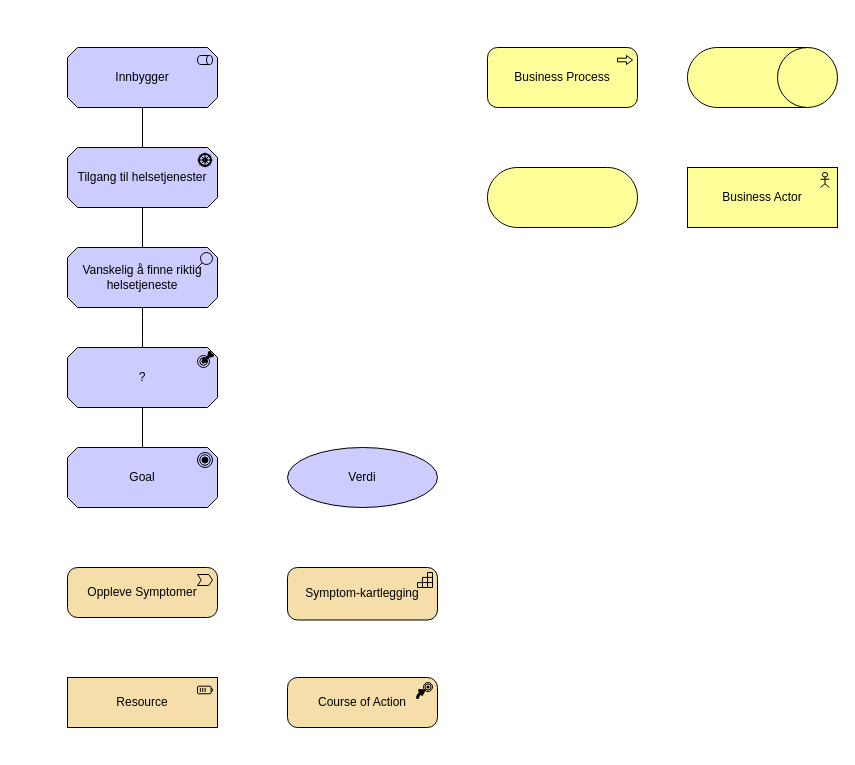
Above: docs/why/arkitektur-motivasjon.drawio in hdir/Digital-Forstelinje (draw.io), before the change. Source tidied: cells renumbered, new cells numbered last; positions are measured from the earlier drawing's top-left corner, leaving out a move shared by most shapes. Both pictures are drawn from the tidied source at 100%, with x=0, y=0 at pixel (67, 47).
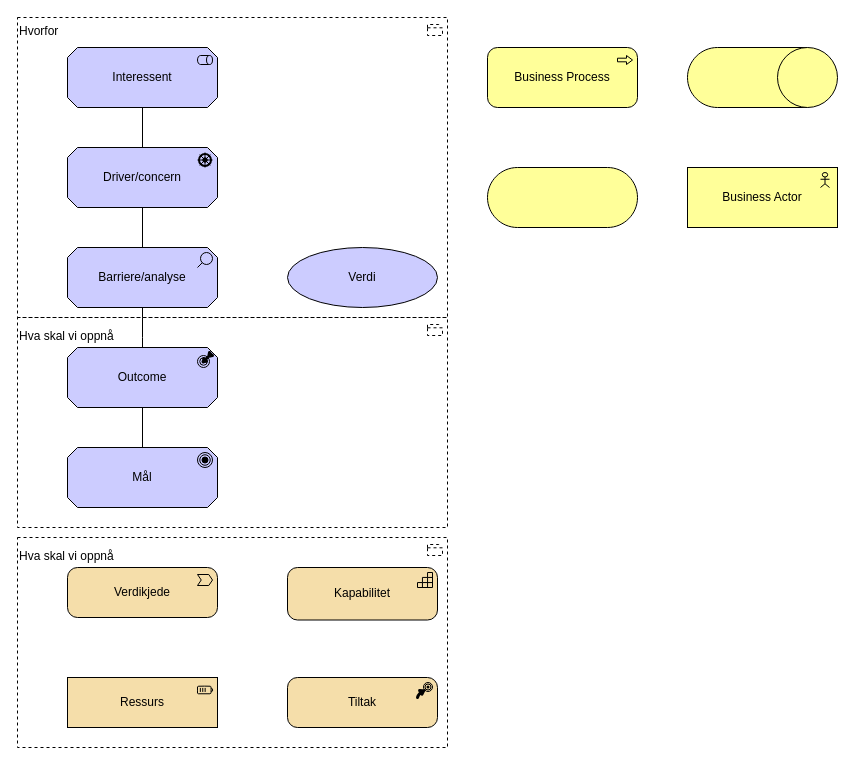
The same page after the edit.

Diff of the diagram source:
```diff
@@
+    <mxCell id="20" value="Hva skal vi oppnå&lt;div&gt;&lt;font color=&quot;#000000&quot;&gt;&lt;br&gt;&lt;/font&gt;&lt;/div&gt;&lt;div&gt;&lt;font color=&quot;#000000&quot;&gt;&lt;br&gt;&lt;/font&gt;&lt;/div&gt;&lt;div&gt;&lt;font color=&quot;#000000&quot;&gt;&lt;br&gt;&lt;/font&gt;&lt;/div&gt;&lt;div&gt;&lt;font color=&quot;#000000&quot;&gt;&lt;br&gt;&lt;/font&gt;&lt;/div&gt;&lt;div&gt;&lt;font color=&quot;#000000&quot;&gt;&lt;br&gt;&lt;/font&gt;&lt;/div&gt;&lt;div&gt;&lt;font color=&quot;#000000&quot;&gt;&lt;br&gt;&lt;/font&gt;&lt;/div&gt;&lt;div&gt;&lt;font color=&quot;#000000&quot;&gt;&lt;br&gt;&lt;/font&gt;&lt;/div&gt;&lt;div&gt;&lt;font color=&quot;#000000&quot;&gt;&lt;br&gt;&lt;/font&gt;&lt;/div&gt;&lt;div&gt;&lt;font color=&quot;#000000&quot;&gt;&lt;br&gt;&lt;/font&gt;&lt;div&gt;&lt;br&gt;&lt;/div&gt;&lt;div&gt;&lt;br&gt;&lt;/div&gt;&lt;div&gt;&lt;br&gt;&lt;/div&gt;&lt;/div&gt;" style="html=1;whiteSpace=wrap;shape=mxgraph.archimate3.application;appType=grouping;archiType=square;dashed=1;fillColor=none;align=left;" parent="1" vertex="1">
+      <mxGeometry x="-50" y="270" width="430" height="210" as="geometry" />
+    </mxCell>
-    <mxCell id="2" value="Tilgang til helsetjenester" style="html=1;outlineConnect=0;whiteSpace=wrap;fillColor=#CCCCFF;shape=mxgraph.archimate3.application;appType=driver;archiType=oct;" parent="1" vertex="1">
+    <mxCell id="2" value="Driver/concern" style="html=1;outlineConnect=0;whiteSpace=wrap;fillColor=#CCCCFF;shape=mxgraph.archimate3.application;appType=driver;archiType=oct;" parent="1" vertex="1">
       <mxGeometry y="100" width="150" height="60" as="geometry" />
     </mxCell>
-    <mxCell id="3" value="Innbygger" style="html=1;outlineConnect=0;whiteSpace=wrap;fillColor=#CCCCFF;shape=mxgraph.archimate3.application;appType=role;archiType=oct;" parent="1" vertex="1">
+    <mxCell id="3" value="Interessent" style="html=1;outlineConnect=0;whiteSpace=wrap;fillColor=#CCCCFF;shape=mxgraph.archimate3.application;appType=role;archiType=oct;" parent="1" vertex="1">
       <mxGeometry width="150" height="60" as="geometry" />
     </mxCell>
-    <mxCell id="4" value="Vanskelig å finne riktig helsetjeneste" style="html=1;outlineConnect=0;whiteSpace=wrap;fillColor=#CCCCFF;shape=mxgraph.archimate3.application;appType=assess;archiType=oct;" parent="1" vertex="1">
+    <mxCell id="4" value="Barriere/analyse" style="html=1;outlineConnect=0;whiteSpace=wrap;fillColor=#CCCCFF;shape=mxgraph.archimate3.application;appType=assess;archiType=oct;" parent="1" vertex="1">
       <mxGeometry y="200" width="150" height="60" as="geometry" />
     </mxCell>
-    <mxCell id="5" value="?" style="html=1;outlineConnect=0;whiteSpace=wrap;fillColor=#CCCCFF;shape=mxgraph.archimate3.application;appType=outcome;archiType=oct;" parent="1" vertex="1">
+    <mxCell id="5" value="Outcome" style="html=1;outlineConnect=0;whiteSpace=wrap;fillColor=#CCCCFF;shape=mxgraph.archimate3.application;appType=outcome;archiType=oct;" parent="1" vertex="1">
       <mxGeometry y="300" width="150" height="60" as="geometry" />
     </mxCell>
@@
-    <mxCell id="9" value="Goal" style="html=1;outlineConnect=0;whiteSpace=wrap;fillColor=#CCCCFF;shape=mxgraph.archimate3.application;appType=goal;archiType=oct;" parent="1" vertex="1">
+    <mxCell id="9" value="Mål" style="html=1;outlineConnect=0;whiteSpace=wrap;fillColor=#CCCCFF;shape=mxgraph.archimate3.application;appType=goal;archiType=oct;" parent="1" vertex="1">
       <mxGeometry y="400" width="150" height="60" as="geometry" />
     </mxCell>
@@
     <mxCell id="11" value="Verdi" style="shape=ellipse;html=1;whiteSpace=wrap;fillColor=#CCCCFF;" parent="1" vertex="1">
-      <mxGeometry x="220" y="400" width="150" height="60" as="geometry" />
+      <mxGeometry x="220" y="200" width="150" height="60" as="geometry" />
     </mxCell>
-    <mxCell id="12" value="Oppleve Symptomer" style="html=1;whiteSpace=wrap;fillColor=#F5DEAA;shape=mxgraph.archimate3.application;appType=valueStream;archiType=rounded;" parent="1" vertex="1">
+    <mxCell id="12" value="Verdikjede" style="html=1;whiteSpace=wrap;fillColor=#F5DEAA;shape=mxgraph.archimate3.application;appType=valueStream;archiType=rounded;" parent="1" vertex="1">
       <mxGeometry y="520" width="150" height="50" as="geometry" />
     </mxCell>
-    <mxCell id="13" value="Symptom-kartlegging" style="html=1;whiteSpace=wrap;fillColor=#F5DEAA;shape=mxgraph.archimate3.application;appType=capability;archiType=rounded;" parent="1" vertex="1">
+    <mxCell id="13" value="Kapabilitet" style="html=1;whiteSpace=wrap;fillColor=#F5DEAA;shape=mxgraph.archimate3.application;appType=capability;archiType=rounded;" parent="1" vertex="1">
       <mxGeometry x="220" y="520" width="150" height="52.5" as="geometry" />
     </mxCell>
-    <mxCell id="14" value="Course of Action" style="html=1;whiteSpace=wrap;fillColor=#F5DEAA;shape=mxgraph.archimate3.application;appType=course;archiType=rounded;" parent="1" vertex="1">
+    <mxCell id="14" value="Tiltak" style="html=1;whiteSpace=wrap;fillColor=#F5DEAA;shape=mxgraph.archimate3.application;appType=course;archiType=rounded;" parent="1" vertex="1">
       <mxGeometry x="220" y="630" width="150" height="50" as="geometry" />
     </mxCell>
-    <mxCell id="15" value="Resource" style="html=1;whiteSpace=wrap;fillColor=#F5DEAA;shape=mxgraph.archimate3.application;appType=resource;archiType=square;" parent="1" vertex="1">
+    <mxCell id="15" value="Ressurs" style="html=1;whiteSpace=wrap;fillColor=#F5DEAA;shape=mxgraph.archimate3.application;appType=resource;archiType=square;" parent="1" vertex="1">
       <mxGeometry y="630" width="150" height="50" as="geometry" />
     </mxCell>
@@
+    <mxCell id="21" value="Hvorfor&lt;div&gt;&lt;br&gt;&lt;/div&gt;&lt;div&gt;&lt;br&gt;&lt;/div&gt;&lt;div&gt;&lt;br&gt;&lt;/div&gt;&lt;div&gt;&lt;br&gt;&lt;/div&gt;&lt;div&gt;&lt;br&gt;&lt;/div&gt;&lt;div&gt;&lt;br&gt;&lt;/div&gt;&lt;div&gt;&lt;br&gt;&lt;/div&gt;&lt;div&gt;&lt;br&gt;&lt;/div&gt;&lt;div&gt;&lt;br&gt;&lt;/div&gt;&lt;div&gt;&lt;br&gt;&lt;/div&gt;&lt;div&gt;&lt;br&gt;&lt;/div&gt;&lt;div&gt;&lt;br&gt;&lt;/div&gt;&lt;div&gt;&lt;br&gt;&lt;/div&gt;&lt;div&gt;&lt;br&gt;&lt;/div&gt;&lt;div&gt;&lt;br&gt;&lt;/div&gt;&lt;div&gt;&lt;br&gt;&lt;/div&gt;&lt;div&gt;&lt;br&gt;&lt;/div&gt;&lt;div&gt;&lt;br&gt;&lt;/div&gt;&lt;div&gt;&lt;br&gt;&lt;/div&gt;" style="html=1;whiteSpace=wrap;shape=mxgraph.archimate3.application;appType=grouping;archiType=square;dashed=1;fillColor=none;align=left;" parent="1" vertex="1">
+      <mxGeometry x="-50" y="-30" width="430" height="300" as="geometry" />
+    </mxCell>
+    <mxCell id="22" value="Hva skal vi oppnå&lt;div&gt;&lt;font color=&quot;#000000&quot;&gt;&lt;br&gt;&lt;/font&gt;&lt;/div&gt;&lt;div&gt;&lt;font color=&quot;#000000&quot;&gt;&lt;br&gt;&lt;/font&gt;&lt;/div&gt;&lt;div&gt;&lt;font color=&quot;#000000&quot;&gt;&lt;br&gt;&lt;/font&gt;&lt;/div&gt;&lt;div&gt;&lt;font color=&quot;#000000&quot;&gt;&lt;br&gt;&lt;/font&gt;&lt;/div&gt;&lt;div&gt;&lt;font color=&quot;#000000&quot;&gt;&lt;br&gt;&lt;/font&gt;&lt;/div&gt;&lt;div&gt;&lt;font color=&quot;#000000&quot;&gt;&lt;br&gt;&lt;/font&gt;&lt;/div&gt;&lt;div&gt;&lt;font color=&quot;#000000&quot;&gt;&lt;br&gt;&lt;/font&gt;&lt;/div&gt;&lt;div&gt;&lt;font color=&quot;#000000&quot;&gt;&lt;br&gt;&lt;/font&gt;&lt;/div&gt;&lt;div&gt;&lt;font color=&quot;#000000&quot;&gt;&lt;br&gt;&lt;/font&gt;&lt;div&gt;&lt;br&gt;&lt;/div&gt;&lt;div&gt;&lt;br&gt;&lt;/div&gt;&lt;div&gt;&lt;br&gt;&lt;/div&gt;&lt;/div&gt;" style="html=1;whiteSpace=wrap;shape=mxgraph.archimate3.application;appType=grouping;archiType=square;dashed=1;fillColor=none;align=left;" parent="1" vertex="1">
+      <mxGeometry x="-50" y="490" width="430" height="210" as="geometry" />
+    </mxCell>
```
